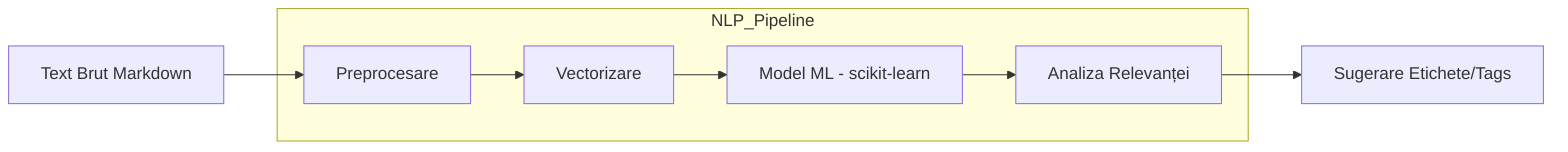
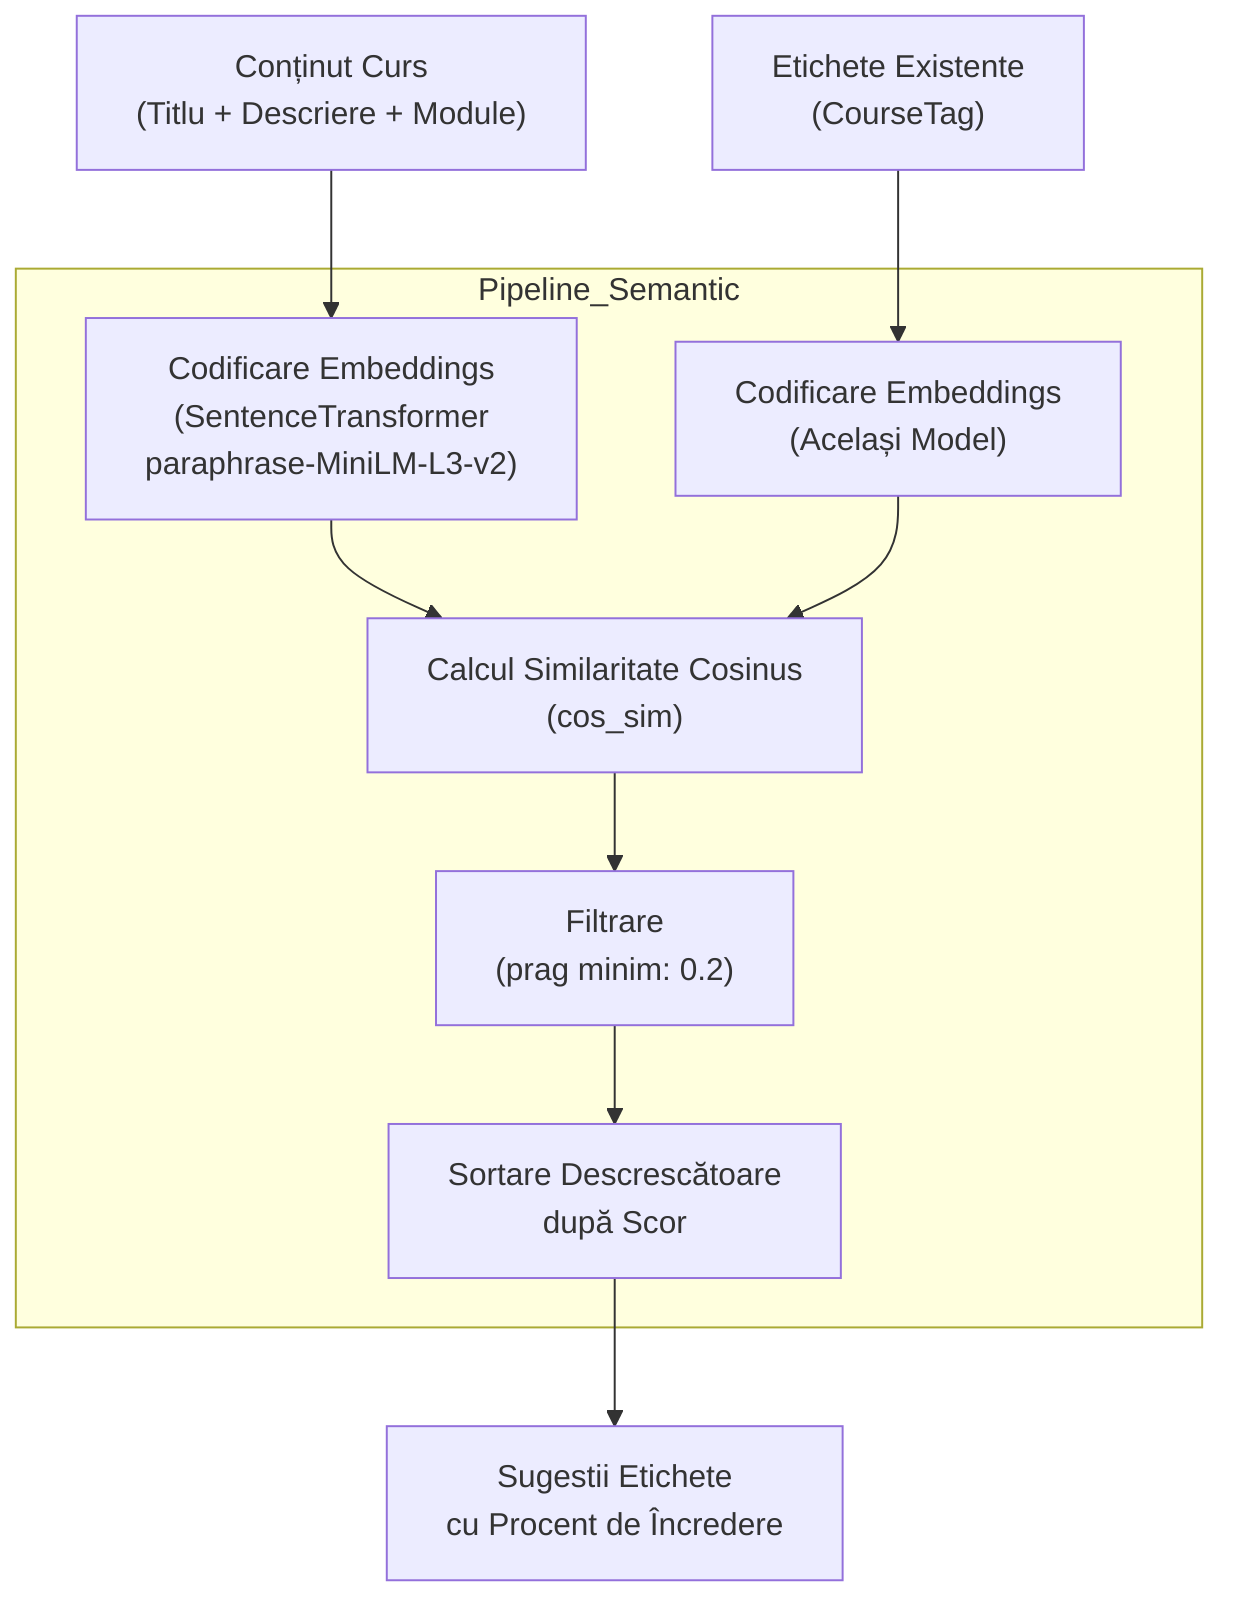
- graph LR
-     A[Text Brut Markdown] --> B[Preprocesare]
-     B --> C[Vectorizare]
-     C --> D[Model ML - scikit-learn]
-     D --> E[Analiza Relevanței]
-     E --> F[Sugerare Etichete/Tags]
+ graph TB
+     A["Conținut Curs\n(Titlu + Descriere + Module)"] --> B["Codificare Embeddings\n(SentenceTransformer\nparaphrase-MiniLM-L3-v2)"]
+     C["Etichete Existente\n(CourseTag)"] --> D["Codificare Embeddings\n(Același Model)"]
+     B --> E["Calcul Similaritate Cosinus\n(cos_sim)"]
+     D --> E
+     E --> F["Filtrare\n(prag minim: 0.2)"]
+     F --> G["Sortare Descrescătoare\ndupă Scor"]
+     G --> H["Sugestii Etichete\ncu Procent de Încredere"]

-     subgraph NLP_Pipeline
+     subgraph Pipeline_Semantic
    B
-     C
    D
    E
+     F
+     G
    end
